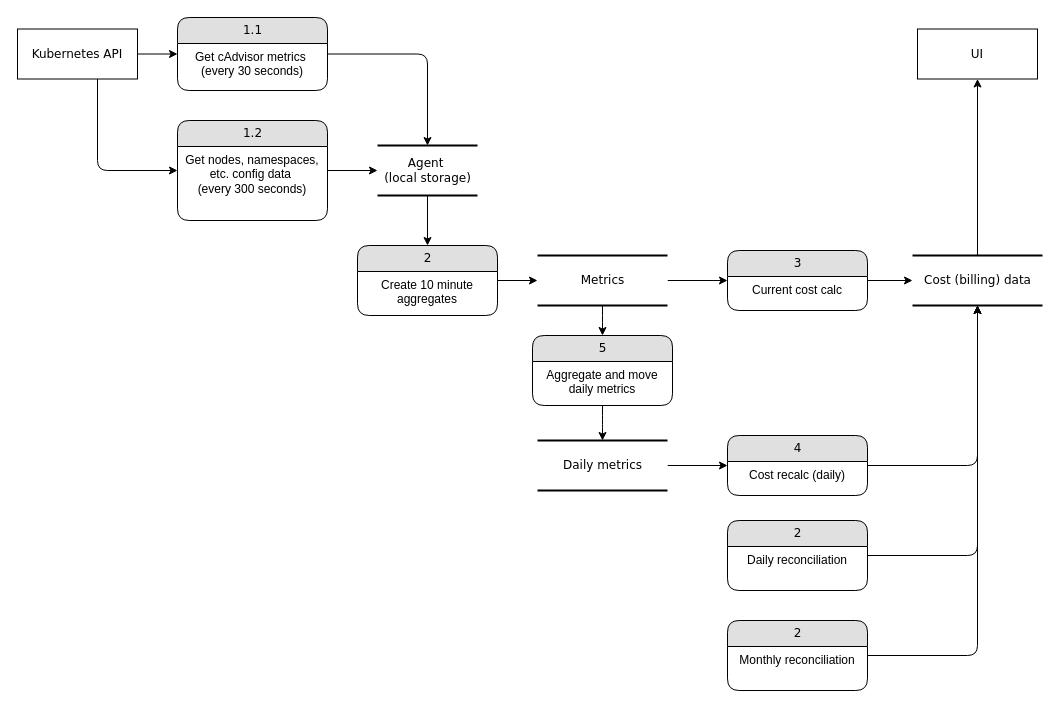
This is kuber-proto-dataflow-tobe.drawio from ptokarev/cloudmaster, a draw.io file, before an edit. Source tidied: cells renumbered, new cells numbered last; positions are measured from the earlier drawing's top-left corner, leaving out a move shared by most shapes. Both pictures are drawn from the tidied source at 100%, with x=0, y=0 at pixel (17, 17).
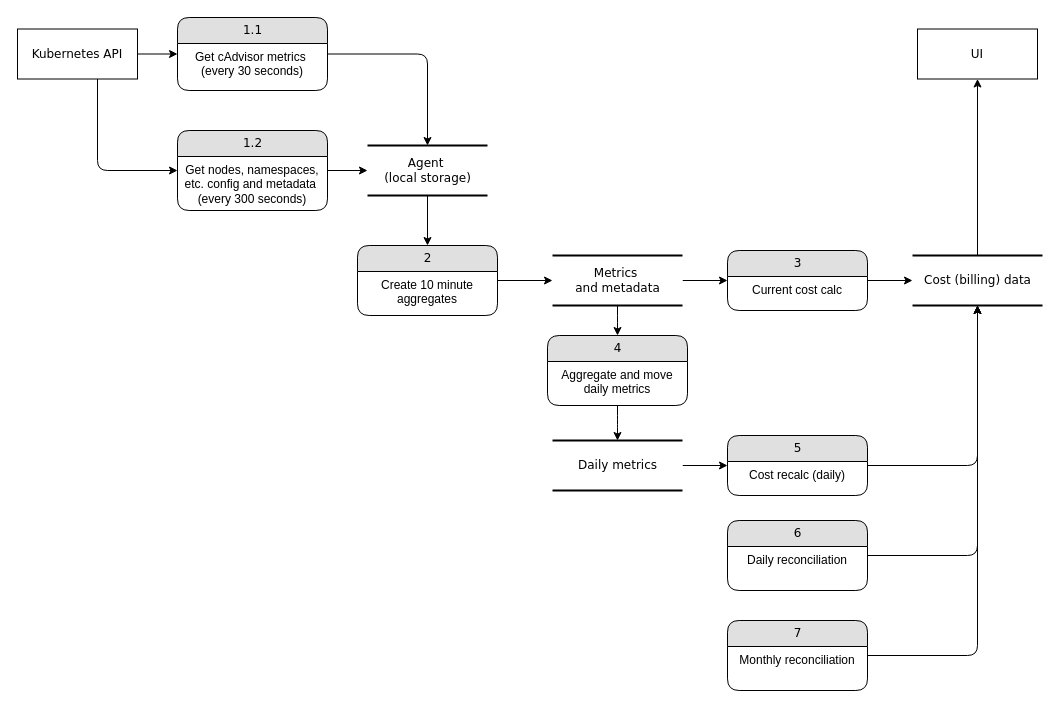
After the change.

The edit, as a diff of the source:
```diff
@@
     <mxCell id="3" value="Agent&amp;nbsp;&lt;div&gt;(local storage)&lt;/div&gt;" style="html=1;rounded=0;shadow=0;comic=0;labelBackgroundColor=none;strokeWidth=2;fontFamily=Verdana;fontSize=12;align=center;shape=mxgraph.ios7ui.horLines;" parent="1" vertex="1">
-      <mxGeometry x="360" y="128" width="100" height="50" as="geometry" />
+      <mxGeometry x="350" y="128" width="120" height="50" as="geometry" />
     </mxCell>
@@
     <mxCell id="11" value="1.2" style="swimlane;html=1;fontStyle=0;horizontal=1;startSize=26;fillColor=#e0e0e0;swimlaneFillColor=#ffffff;align=center;rounded=1;shadow=0;comic=0;labelBackgroundColor=none;strokeWidth=1;fontFamily=Verdana;fontSize=12;" parent="1" vertex="1">
-      <mxGeometry x="160" y="103" width="150" height="100" as="geometry" />
+      <mxGeometry x="160" y="113" width="150" height="80" as="geometry" />
     </mxCell>
-    <mxCell id="12" value="Get nodes, namespaces, etc. config data&amp;nbsp;&lt;div&gt;(every 300 seconds)&lt;/div&gt;" style="text;html=1;strokeColor=none;fillColor=none;spacingLeft=4;spacingRight=4;whiteSpace=wrap;overflow=hidden;align=center;" parent="11" vertex="1">
-      <mxGeometry y="26" width="150" height="74" as="geometry" />
+    <mxCell id="12" value="Get nodes, namespaces, etc. config and metadata&amp;nbsp;&lt;div&gt;(every 300 seconds)&lt;/div&gt;" style="text;html=1;strokeColor=none;fillColor=none;spacingLeft=4;spacingRight=4;whiteSpace=wrap;overflow=hidden;align=center;" parent="11" vertex="1">
+      <mxGeometry y="26" width="150" height="54" as="geometry" />
     </mxCell>
@@
-    <mxCell id="15" value="Metrics" style="html=1;rounded=0;shadow=0;comic=0;labelBackgroundColor=none;strokeWidth=2;fontFamily=Verdana;fontSize=12;align=center;shape=mxgraph.ios7ui.horLines;" parent="1" vertex="1">
-      <mxGeometry x="520" y="238" width="130" height="50" as="geometry" />
+    <mxCell id="15" value="Metrics&amp;nbsp;&lt;div&gt;and metadata&lt;/div&gt;" style="html=1;rounded=0;shadow=0;comic=0;labelBackgroundColor=none;strokeWidth=2;fontFamily=Verdana;fontSize=12;align=center;shape=mxgraph.ios7ui.horLines;" parent="1" vertex="1">
+      <mxGeometry x="535" y="238" width="130" height="50" as="geometry" />
     </mxCell>
@@
     <mxCell id="17" value="Daily metrics" style="html=1;rounded=0;shadow=0;comic=0;labelBackgroundColor=none;strokeWidth=2;fontFamily=Verdana;fontSize=12;align=center;shape=mxgraph.ios7ui.horLines;" parent="1" vertex="1">
-      <mxGeometry x="520" y="423" width="130" height="50" as="geometry" />
+      <mxGeometry x="535" y="423" width="130" height="50" as="geometry" />
     </mxCell>
@@
-    <mxCell id="22" value="4" style="swimlane;html=1;fontStyle=0;horizontal=1;startSize=26;fillColor=#e0e0e0;swimlaneFillColor=#ffffff;align=center;rounded=1;shadow=0;comic=0;labelBackgroundColor=none;strokeWidth=1;fontFamily=Verdana;fontSize=12;" parent="1" vertex="1">
+    <mxCell id="22" value="5" style="swimlane;html=1;fontStyle=0;horizontal=1;startSize=26;fillColor=#e0e0e0;swimlaneFillColor=#ffffff;align=center;rounded=1;shadow=0;comic=0;labelBackgroundColor=none;strokeWidth=1;fontFamily=Verdana;fontSize=12;" parent="1" vertex="1">
       <mxGeometry x="710" y="418" width="140" height="60" as="geometry" />
     </mxCell>
@@
-    <mxCell id="29" value="5" style="swimlane;html=1;fontStyle=0;horizontal=1;startSize=26;fillColor=#e0e0e0;swimlaneFillColor=#ffffff;align=center;rounded=1;shadow=0;comic=0;labelBackgroundColor=none;strokeWidth=1;fontFamily=Verdana;fontSize=12;" parent="1" vertex="1">
-      <mxGeometry x="515" y="318" width="140" height="70" as="geometry" />
+    <mxCell id="29" value="4" style="swimlane;html=1;fontStyle=0;horizontal=1;startSize=26;fillColor=#e0e0e0;swimlaneFillColor=#ffffff;align=center;rounded=1;shadow=0;comic=0;labelBackgroundColor=none;strokeWidth=1;fontFamily=Verdana;fontSize=12;" parent="1" vertex="1">
+      <mxGeometry x="530" y="318" width="140" height="70" as="geometry" />
     </mxCell>
@@
-    <mxCell id="32" value="2" style="swimlane;html=1;fontStyle=0;horizontal=1;startSize=26;fillColor=#e0e0e0;swimlaneFillColor=#ffffff;align=center;rounded=1;shadow=0;comic=0;labelBackgroundColor=none;strokeWidth=1;fontFamily=Verdana;fontSize=12;" parent="1" vertex="1">
+    <mxCell id="32" value="6" style="swimlane;html=1;fontStyle=0;horizontal=1;startSize=26;fillColor=#e0e0e0;swimlaneFillColor=#ffffff;align=center;rounded=1;shadow=0;comic=0;labelBackgroundColor=none;strokeWidth=1;fontFamily=Verdana;fontSize=12;" parent="1" vertex="1">
       <mxGeometry x="710" y="503" width="140" height="70" as="geometry" />
     </mxCell>
@@
-    <mxCell id="35" value="2" style="swimlane;html=1;fontStyle=0;horizontal=1;startSize=26;fillColor=#e0e0e0;swimlaneFillColor=#ffffff;align=center;rounded=1;shadow=0;comic=0;labelBackgroundColor=none;strokeWidth=1;fontFamily=Verdana;fontSize=12;" parent="1" vertex="1">
+    <mxCell id="35" value="7" style="swimlane;html=1;fontStyle=0;horizontal=1;startSize=26;fillColor=#e0e0e0;swimlaneFillColor=#ffffff;align=center;rounded=1;shadow=0;comic=0;labelBackgroundColor=none;strokeWidth=1;fontFamily=Verdana;fontSize=12;" parent="1" vertex="1">
       <mxGeometry x="710" y="603" width="140" height="70" as="geometry" />
     </mxCell>
```
